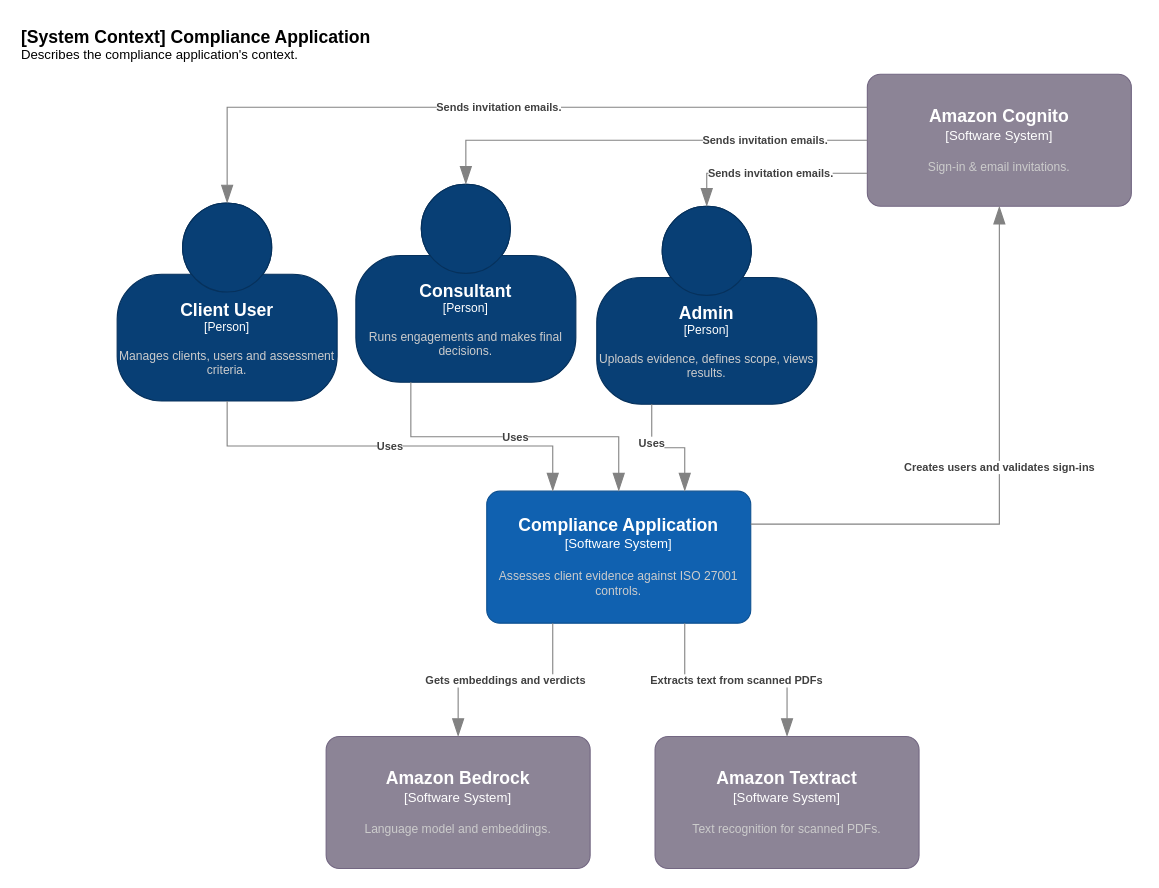
The draw.io diagram docs/drawio/System Context for Compliance Application.drawio in DavidRHannah/compliance, before the edit. Source tidied: cells renumbered, new cells numbered last; positions are measured from the earlier drawing's top-left corner, leaving out a move shared by most shapes. Both pictures are drawn from the tidied source at 110%, with x=0, y=0 at pixel (19, 19).
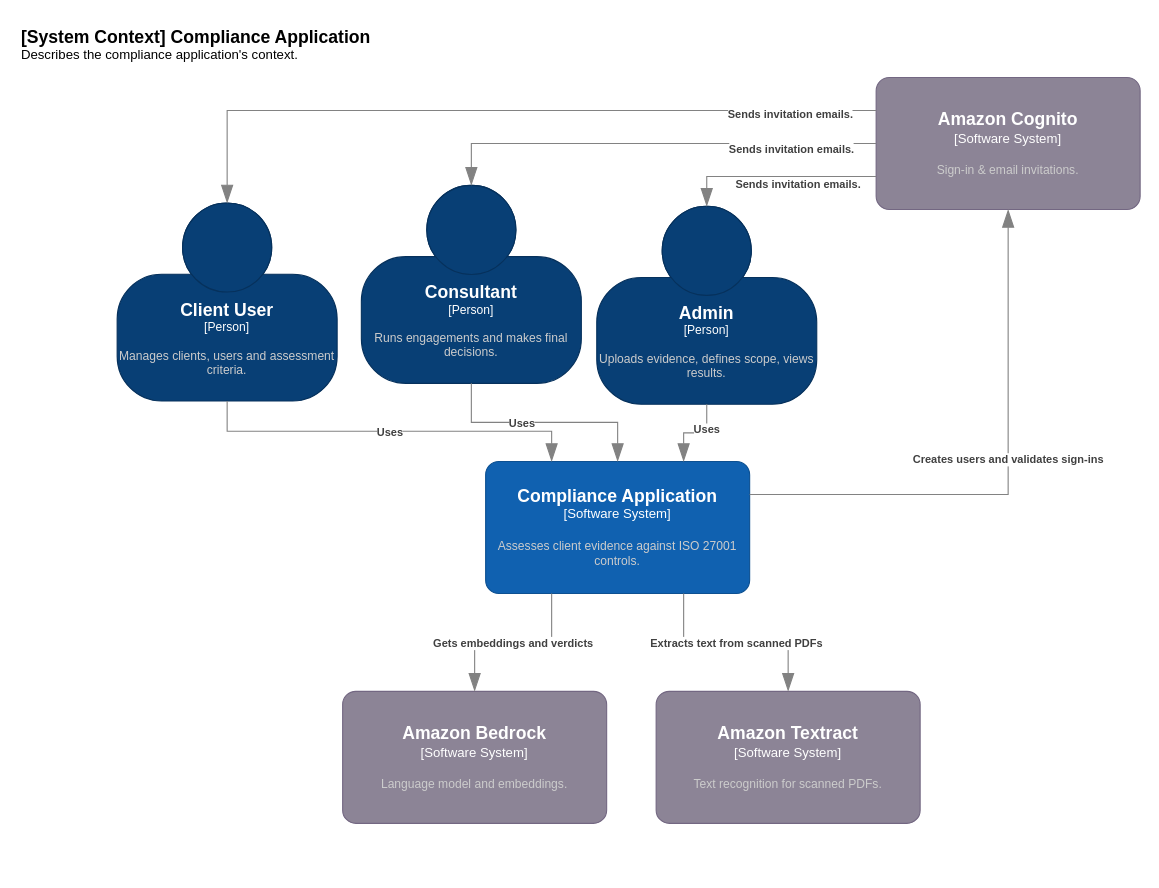
After the change.

Commit message (it also covers changes not shown here):
Minor updates to layers 1 & 2 of c4 diagrams.

Unchanged cells that the change refers to:
```xml
<object id="3" label="&lt;font style=&quot;font-size: 16px&quot;&gt;&lt;b&gt;%c4Name%&lt;/b&gt;&lt;/font&gt;&lt;div&gt;[%c4Type%]&lt;/div&gt;&lt;br&gt;&lt;div&gt;&lt;font style=&quot;font-size: 11px&quot;&gt;&lt;font color=&quot;#cccccc&quot;&gt;%c4Description%&lt;/font&gt;&lt;/div&gt;" c4Description="Manages clients, users and assessment criteria." c4Name="Client User" c4Type="Person" placeholders="1">
  <mxCell style="html=1;fontSize=11;dashed=0;whiteSpace=wrap;fillColor=#083F75;strokeColor=#06315C;fontColor=#ffffff;shape=mxgraph.c4.person2;align=center;points=[[0.5,0,0],[1,0.5,0],[1,0.75,0],[0.75,1,0],[0.5,1,0],[0.25,1,0],[0,0.75,0],[0,0.5,0]];" parent="1" vertex="1">
    <mxGeometry x="89" y="167" width="200" height="180" as="geometry" />
  </mxCell>
</object>
<object id="5" label="&lt;font style=&quot;font-size: 16px&quot;&gt;&lt;b&gt;%c4Name%&lt;/b&gt;&lt;/font&gt;&lt;div&gt;[%c4Type%]&lt;/div&gt;&lt;br&gt;&lt;div&gt;&lt;font style=&quot;font-size: 11px&quot;&gt;&lt;font color=&quot;#cccccc&quot;&gt;%c4Description%&lt;/font&gt;&lt;/div&gt;" c4Description="Uploads evidence, defines scope, views results." c4Name="Admin" c4Type="Person" placeholders="1">
  <mxCell style="html=1;fontSize=11;dashed=0;whiteSpace=wrap;fillColor=#083F75;strokeColor=#06315C;fontColor=#ffffff;shape=mxgraph.c4.person2;align=center;points=[[0.5,0,0],[1,0.5,0],[1,0.75,0],[0.75,1,0],[0.5,1,0],[0.25,1,0],[0,0.75,0],[0,0.5,0]];" parent="1" vertex="1">
    <mxGeometry x="525" y="170" width="200" height="180" as="geometry" />
  </mxCell>
</object>
```

What changed in the source:
```diff
@@
     <object id="4" label="&lt;font style=&quot;font-size: 16px&quot;&gt;&lt;b&gt;%c4Name%&lt;/b&gt;&lt;/font&gt;&lt;div&gt;[%c4Type%]&lt;/div&gt;&lt;br&gt;&lt;div&gt;&lt;font style=&quot;font-size: 11px&quot;&gt;&lt;font color=&quot;#cccccc&quot;&gt;%c4Description%&lt;/font&gt;&lt;/div&gt;" c4Description="Runs engagements and makes final decisions." c4Name="Consultant" c4Type="Person" placeholders="1">
       <mxCell style="html=1;fontSize=11;dashed=0;whiteSpace=wrap;fillColor=#083F75;strokeColor=#06315C;fontColor=#ffffff;shape=mxgraph.c4.person2;align=center;points=[[0.5,0,0],[1,0.5,0],[1,0.75,0],[0.75,1,0],[0.5,1,0],[0.25,1,0],[0,0.75,0],[0,0.5,0]];" parent="1" vertex="1">
-        <mxGeometry x="306" y="150" width="200" height="180" as="geometry" />
+        <mxGeometry x="311" y="151" width="200" height="180" as="geometry" />
       </mxCell>
     </object>
@@
     <object id="6" label="&lt;font style=&quot;font-size: 16px&quot;&gt;&lt;b&gt;%c4Name%&lt;/b&gt;&lt;/font&gt;&lt;div&gt;[%c4Type%]&lt;/div&gt;&lt;br&gt;&lt;div&gt;&lt;font style=&quot;font-size: 11px&quot;&gt;&lt;font color=&quot;#cccccc&quot;&gt;%c4Description%&lt;/font&gt;&lt;/div&gt;" c4Description="Assesses client evidence against ISO 27001 controls." c4Name="Compliance Application" c4Type="Software System" placeholders="1">
       <mxCell style="rounded=1;whiteSpace=wrap;html=1;labelBackgroundColor=none;fillColor=#1061B0;fontColor=#ffffff;align=center;arcSize=10;strokeColor=#0D5091;points=[[0.25,0,0],[0.5,0,0],[0.75,0,0],[1,0.25,0],[1,0.5,0],[1,0.75,0],[0.75,1,0],[0.5,1,0],[0.25,1,0],[0,0.75,0],[0,0.5,0],[0,0.25,0]];" parent="1" vertex="1">
-        <mxGeometry x="425" y="429" width="240" height="120" as="geometry" />
+        <mxGeometry x="424" y="402" width="240" height="120" as="geometry" />
       </mxCell>
     </object>
     <object id="7" label="&lt;font style=&quot;font-size: 16px&quot;&gt;&lt;b&gt;%c4Name%&lt;/b&gt;&lt;/font&gt;&lt;div&gt;[%c4Type%]&lt;/div&gt;&lt;br&gt;&lt;div&gt;&lt;font style=&quot;font-size: 11px&quot;&gt;&lt;font color=&quot;#cccccc&quot;&gt;%c4Description%&lt;/font&gt;&lt;/div&gt;" c4Description="Sign-in &amp; email invitations." c4Name="Amazon Cognito" c4Type="Software System" placeholders="1">
       <mxCell style="rounded=1;whiteSpace=wrap;html=1;labelBackgroundColor=none;fillColor=#8C8496;fontColor=#ffffff;align=center;arcSize=10;strokeColor=#736782;points=[[0.25,0,0],[0.5,0,0],[0.75,0,0],[1,0.25,0],[1,0.5,0],[1,0.75,0],[0.75,1,0],[0.5,1,0],[0.25,1,0],[0,0.75,0],[0,0.5,0],[0,0.25,0]];" parent="1" vertex="1">
-        <mxGeometry x="771" y="50" width="240" height="120" as="geometry" />
+        <mxGeometry x="779" y="53" width="240" height="120" as="geometry" />
       </mxCell>
     </object>
     <object id="8" label="&lt;font style=&quot;font-size: 16px&quot;&gt;&lt;b&gt;%c4Name%&lt;/b&gt;&lt;/font&gt;&lt;div&gt;[%c4Type%]&lt;/div&gt;&lt;br&gt;&lt;div&gt;&lt;font style=&quot;font-size: 11px&quot;&gt;&lt;font color=&quot;#cccccc&quot;&gt;%c4Description%&lt;/font&gt;&lt;/div&gt;" c4Description="Language model and embeddings." c4Name="Amazon Bedrock" c4Type="Software System" placeholders="1">
       <mxCell style="rounded=1;whiteSpace=wrap;html=1;labelBackgroundColor=none;fillColor=#8C8496;fontColor=#ffffff;align=center;arcSize=10;strokeColor=#736782;points=[[0.25,0,0],[0.5,0,0],[0.75,0,0],[1,0.25,0],[1,0.5,0],[1,0.75,0],[0.75,1,0],[0.5,1,0],[0.25,1,0],[0,0.75,0],[0,0.5,0],[0,0.25,0]];" parent="1" vertex="1">
-        <mxGeometry x="279" y="652" width="240" height="120" as="geometry" />
+        <mxGeometry x="294" y="611" width="240" height="120" as="geometry" />
       </mxCell>
     </object>
     <object id="9" label="&lt;font style=&quot;font-size: 16px&quot;&gt;&lt;b&gt;%c4Name%&lt;/b&gt;&lt;/font&gt;&lt;div&gt;[%c4Type%]&lt;/div&gt;&lt;br&gt;&lt;div&gt;&lt;font style=&quot;font-size: 11px&quot;&gt;&lt;font color=&quot;#cccccc&quot;&gt;%c4Description%&lt;/font&gt;&lt;/div&gt;" c4Description="Text recognition for scanned PDFs." c4Name="Amazon Textract" c4Type="Software System" placeholders="1">
       <mxCell style="rounded=1;whiteSpace=wrap;html=1;labelBackgroundColor=none;fillColor=#8C8496;fontColor=#ffffff;align=center;arcSize=10;strokeColor=#736782;points=[[0.25,0,0],[0.5,0,0],[0.75,0,0],[1,0.25,0],[1,0.5,0],[1,0.75,0],[0.75,1,0],[0.5,1,0],[0.25,1,0],[0,0.75,0],[0,0.5,0],[0,0.25,0]];" parent="1" vertex="1">
-        <mxGeometry x="578" y="652" width="240" height="120" as="geometry" />
+        <mxGeometry x="579" y="611" width="240" height="120" as="geometry" />
       </mxCell>
     </object>
@@
     <object id="11" label="&lt;div style=&quot;text-align: left&quot;&gt;&lt;div style=&quot;text-align: center&quot;&gt;&lt;b&gt;%c4Description%&lt;/b&gt;&lt;/div&gt;" c4Description="Uses" placeholders="1">
-      <mxCell style="endArrow=blockThin;html=1;fontSize=10;fontColor=#404040;strokeWidth=1;endFill=1;strokeColor=#828282;elbow=vertical;endSize=14;startSize=14;jumpStyle=arc;jumpSize=16;rounded=0;edgeStyle=orthogonalEdgeStyle;align=center;verticalAlign=middle;fontFamily=Helvetica;labelBackgroundColor=default;exitX=0.25;exitY=1;exitDx=0;exitDy=0;exitPerimeter=0;entryX=0.75;entryY=0;entryDx=0;entryDy=0;entryPerimeter=0;" parent="1" edge="1" source="5" target="6">
+      <mxCell style="endArrow=blockThin;html=1;fontSize=10;fontColor=#404040;strokeWidth=1;endFill=1;strokeColor=#828282;elbow=vertical;endSize=14;startSize=14;jumpStyle=arc;jumpSize=16;rounded=0;edgeStyle=orthogonalEdgeStyle;align=center;verticalAlign=middle;fontFamily=Helvetica;labelBackgroundColor=default;exitX=0.5;exitY=1;exitDx=0;exitDy=0;exitPerimeter=0;entryX=0.75;entryY=0;entryDx=0;entryDy=0;entryPerimeter=0;" parent="1" edge="1" source="5" target="6">
         <mxGeometry x="-0.36" relative="1" as="geometry" />
       </mxCell>
     </object>
     <object id="12" label="&lt;div style=&quot;text-align: left&quot;&gt;&lt;div style=&quot;text-align: center&quot;&gt;&lt;b&gt;%c4Description%&lt;/b&gt;&lt;/div&gt;" c4Description="Uses" placeholders="1">
-      <mxCell style="endArrow=blockThin;html=1;fontSize=10;fontColor=#404040;strokeWidth=1;endFill=1;strokeColor=#828282;elbow=vertical;endSize=14;startSize=14;jumpStyle=arc;jumpSize=16;rounded=0;edgeStyle=orthogonalEdgeStyle;align=center;verticalAlign=middle;fontFamily=Helvetica;labelBackgroundColor=default;entryX=0.5;entryY=0;entryDx=0;entryDy=0;entryPerimeter=0;exitX=0.25;exitY=1;exitDx=0;exitDy=0;exitPerimeter=0;" parent="1" edge="1" source="4" target="6">
-        <mxGeometry relative="1" as="geometry" />
+      <mxCell style="endArrow=blockThin;html=1;fontSize=10;fontColor=#404040;strokeWidth=1;endFill=1;strokeColor=#828282;elbow=vertical;endSize=14;startSize=14;jumpStyle=arc;jumpSize=16;rounded=0;edgeStyle=orthogonalEdgeStyle;align=center;verticalAlign=middle;fontFamily=Helvetica;labelBackgroundColor=default;entryX=0.5;entryY=0;entryDx=0;entryDy=0;entryPerimeter=0;exitX=0.5;exitY=1;exitDx=0;exitDy=0;exitPerimeter=0;" parent="1" edge="1" source="4" target="6">
+        <mxGeometry x="-0.21" relative="1" as="geometry" />
       </mxCell>
     </object>
@@
     <object id="14" label="&lt;div style=&quot;text-align: left&quot;&gt;&lt;div style=&quot;text-align: center&quot;&gt;&lt;b&gt;%c4Description%&lt;/b&gt;&lt;/div&gt;" c4Description="Sends invitation emails." placeholders="1">
       <mxCell style="endArrow=blockThin;html=1;fontSize=10;fontColor=#404040;strokeWidth=1;endFill=1;strokeColor=#828282;elbow=vertical;endSize=14;startSize=14;jumpStyle=arc;jumpSize=16;rounded=0;edgeStyle=orthogonalEdgeStyle;align=center;verticalAlign=middle;fontFamily=Helvetica;labelBackgroundColor=default;entryX=0.5;entryY=0;entryDx=0;entryDy=0;entryPerimeter=0;exitX=0;exitY=0.5;exitDx=0;exitDy=0;exitPerimeter=0;" parent="1" edge="1" source="7" target="4">
-        <mxGeometry x="-0.54" relative="1" as="geometry" />
+        <mxGeometry x="-0.62" y="5" relative="1" as="geometry" />
       </mxCell>
     </object>
     <object id="15" label="&lt;div style=&quot;text-align: left&quot;&gt;&lt;div style=&quot;text-align: center&quot;&gt;&lt;b&gt;%c4Description%&lt;/b&gt;&lt;/div&gt;" c4Description="Sends invitation emails." placeholders="1">
       <mxCell style="endArrow=blockThin;html=1;fontSize=10;fontColor=#404040;strokeWidth=1;endFill=1;strokeColor=#828282;elbow=vertical;endSize=14;startSize=14;jumpStyle=arc;jumpSize=16;rounded=0;edgeStyle=orthogonalEdgeStyle;align=center;verticalAlign=middle;fontFamily=Helvetica;labelBackgroundColor=default;entryX=0.5;entryY=0;entryDx=0;entryDy=0;entryPerimeter=0;exitX=0;exitY=0.75;exitDx=0;exitDy=0;exitPerimeter=0;" parent="1" edge="1" source="7" target="5">
-        <mxGeometry relative="1" as="geometry" />
+        <mxGeometry x="-0.21" y="7" relative="1" as="geometry" />
       </mxCell>
     </object>
     <object id="16" label="&lt;div style=&quot;text-align: left&quot;&gt;&lt;div style=&quot;text-align: center&quot;&gt;&lt;b&gt;%c4Description%&lt;/b&gt;&lt;/div&gt;" c4Description="Sends invitation emails." placeholders="1">
       <mxCell style="endArrow=blockThin;html=1;fontSize=10;fontColor=#404040;strokeWidth=1;endFill=1;strokeColor=#828282;elbow=vertical;endSize=14;startSize=14;jumpStyle=arc;jumpSize=16;rounded=0;edgeStyle=orthogonalEdgeStyle;align=center;verticalAlign=middle;fontFamily=Helvetica;labelBackgroundColor=default;entryX=0.5;entryY=0;entryDx=0;entryDy=0;entryPerimeter=0;exitX=0;exitY=0.25;exitDx=0;exitDy=0;exitPerimeter=0;" parent="1" edge="1" source="7" target="3">
-        <mxGeometry relative="1" as="geometry" />
+        <mxGeometry x="-0.77" y="3" relative="1" as="geometry" />
       </mxCell>
     </object>
```
